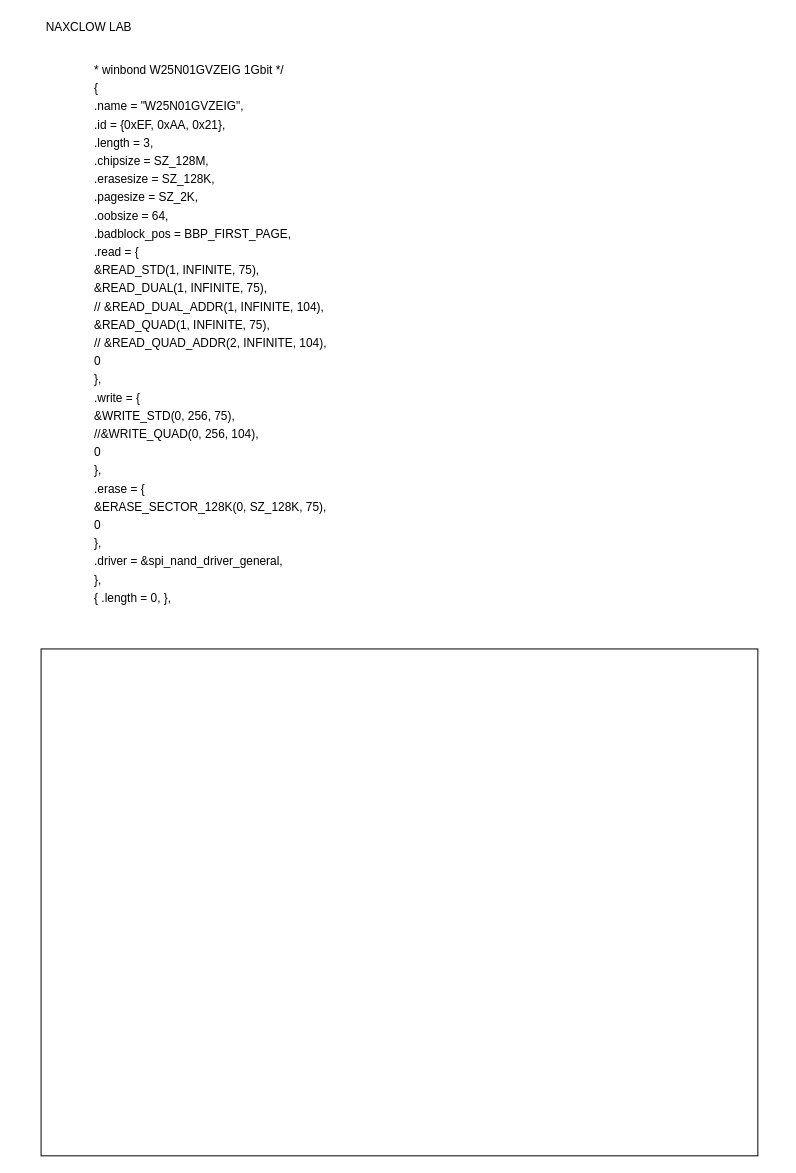
Above: W25NNAND.drawio in nyggl/hi3516ev100 (draw.io), before the change. Source tidied: cells renumbered, new cells numbered last; positions are measured from the earlier drawing's top-left corner, leaving out a move shared by most shapes. Both pictures are drawn from the tidied source at 99%, with x=0, y=0 at pixel (17, 17).
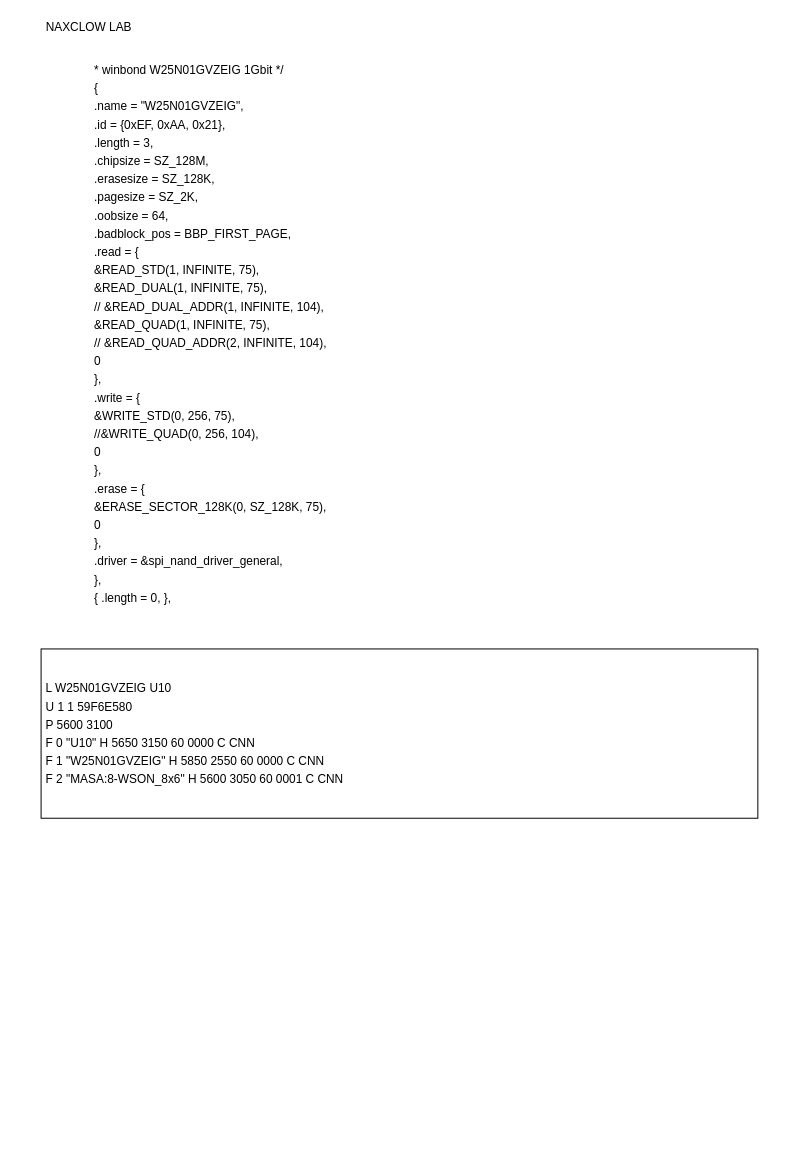
The same page after the edit.

Change to the diagram source:
```diff
@@
 <mxGraphModel background="#ffffff">
   <root>
     <mxCell id="0" />
     <mxCell id="1" parent="0" />
     <mxCell id="2" value="NAXCLOW LAB" style="text;html=1;strokeColor=none;fillColor=none;align=center;verticalAlign=middle;whiteSpace=wrap;rounded=0;" parent="1" vertex="1">
       <mxGeometry width="145" height="20" as="geometry" />
     </mxCell>
     <mxCell id="3" value="&lt;table&gt;&lt;tbody&gt;&lt;tr&gt;&lt;td id=&quot;LC869&quot;&gt;&lt;span&gt;&lt;span&gt;*&lt;/span&gt; winbond W25N01GVZEIG  1Gbit &lt;span&gt;*/&lt;/span&gt;&lt;/span&gt;&lt;/td&gt;&lt;/tr&gt;&lt;tr&gt;&lt;td id=&quot;LC870&quot;&gt;&#9;{&lt;/td&gt;&lt;/tr&gt;&lt;tr&gt;&lt;td id=&quot;LC871&quot;&gt;&#9;&#9;.&lt;span&gt;name&lt;/span&gt;      = &lt;span&gt;&lt;span&gt;&quot;&lt;/span&gt;W25N01GVZEIG&lt;span&gt;&quot;&lt;/span&gt;&lt;/span&gt;,&lt;/td&gt;&lt;/tr&gt;&lt;tr&gt;&lt;td id=&quot;LC872&quot;&gt;&#9;&#9;.&lt;span&gt;id&lt;/span&gt;        = {&lt;span&gt;0xEF&lt;/span&gt;, &lt;span&gt;0xAA&lt;/span&gt;, &lt;span&gt;0x21&lt;/span&gt;},&lt;/td&gt;&lt;/tr&gt;&lt;tr&gt;&lt;td id=&quot;LC873&quot;&gt;&#9;&#9;.&lt;span&gt;length&lt;/span&gt;    = &lt;span&gt;3&lt;/span&gt;,&lt;/td&gt;&lt;/tr&gt;&lt;tr&gt;&lt;td id=&quot;LC874&quot;&gt;&#9;&#9;.&lt;span&gt;chipsize&lt;/span&gt;  = SZ_128M,&lt;/td&gt;&lt;/tr&gt;&lt;tr&gt;&lt;td id=&quot;LC875&quot;&gt;&#9;&#9;.&lt;span&gt;erasesize&lt;/span&gt; = SZ_128K,&lt;/td&gt;&lt;/tr&gt;&lt;tr&gt;&lt;td id=&quot;LC876&quot;&gt;&#9;&#9;.&lt;span&gt;pagesize&lt;/span&gt;  = SZ_2K,&lt;/td&gt;&lt;/tr&gt;&lt;tr&gt;&lt;td id=&quot;LC877&quot;&gt;&#9;&#9;.&lt;span&gt;oobsize&lt;/span&gt;   = &lt;span&gt;64&lt;/span&gt;,&lt;/td&gt;&lt;/tr&gt;&lt;tr&gt;&lt;td id=&quot;LC878&quot;&gt;&#9;&#9;.&lt;span&gt;badblock_pos&lt;/span&gt;    = BBP_FIRST_PAGE,&lt;/td&gt;&lt;/tr&gt;&lt;tr&gt;&lt;td id=&quot;LC879&quot;&gt;&#9;&#9;.&lt;span&gt;read&lt;/span&gt;      = {&lt;/td&gt;&lt;/tr&gt;&lt;tr&gt;&lt;td id=&quot;LC880&quot;&gt;&#9;&#9;&#9;&amp;amp;&lt;span&gt;READ_STD&lt;/span&gt;(&lt;span&gt;1&lt;/span&gt;, INFINITE, &lt;span&gt;75&lt;/span&gt;),&lt;/td&gt;&lt;/tr&gt;&lt;tr&gt;&lt;td id=&quot;LC881&quot;&gt;&#9;&#9;&#9;&amp;amp;&lt;span&gt;READ_DUAL&lt;/span&gt;(&lt;span&gt;1&lt;/span&gt;, INFINITE, &lt;span&gt;75&lt;/span&gt;),&lt;/td&gt;&lt;/tr&gt;&lt;tr&gt;&lt;td id=&quot;LC882&quot;&gt;&lt;span&gt;&lt;span&gt;//&lt;/span&gt;&#9;&amp;amp;READ_DUAL_ADDR(1, INFINITE, 104),&lt;/span&gt;&lt;/td&gt;&lt;/tr&gt;&lt;tr&gt;&lt;td id=&quot;LC883&quot;&gt;&#9;&#9;&#9;&amp;amp;&lt;span&gt;READ_QUAD&lt;/span&gt;(&lt;span&gt;1&lt;/span&gt;, INFINITE, &lt;span&gt;75&lt;/span&gt;),&lt;/td&gt;&lt;/tr&gt;&lt;tr&gt;&lt;td id=&quot;LC884&quot;&gt;&lt;span&gt;&lt;span&gt;//&lt;/span&gt;&#9;&amp;amp;READ_QUAD_ADDR(2, INFINITE, 104),&lt;/span&gt;&lt;/td&gt;&lt;/tr&gt;&lt;tr&gt;&lt;td id=&quot;LC885&quot;&gt;&lt;span&gt;0&lt;/span&gt;&lt;/td&gt;&lt;/tr&gt;&lt;tr&gt;&lt;td id=&quot;LC886&quot;&gt;&#9;&#9;},&lt;/td&gt;&lt;/tr&gt;&lt;tr&gt;&lt;td id=&quot;LC887&quot;&gt;&#9;&#9;.&lt;span&gt;write&lt;/span&gt;     = {&lt;/td&gt;&lt;/tr&gt;&lt;tr&gt;&lt;td id=&quot;LC888&quot;&gt;&#9;&#9;&#9;&amp;amp;&lt;span&gt;WRITE_STD&lt;/span&gt;(&lt;span&gt;0&lt;/span&gt;, &lt;span&gt;256&lt;/span&gt;, &lt;span&gt;75&lt;/span&gt;),&lt;/td&gt;&lt;/tr&gt;&lt;tr&gt;&lt;td id=&quot;LC889&quot;&gt;&lt;span&gt;&lt;span&gt;//&lt;/span&gt;&amp;amp;WRITE_QUAD(0, 256, 104),&lt;/span&gt;&lt;/td&gt;&lt;/tr&gt;&lt;tr&gt;&lt;td id=&quot;LC890&quot;&gt;&lt;span&gt;0&lt;/span&gt;&lt;/td&gt;&lt;/tr&gt;&lt;tr&gt;&lt;td id=&quot;LC891&quot;&gt;&#9;&#9;},&lt;/td&gt;&lt;/tr&gt;&lt;tr&gt;&lt;td id=&quot;LC892&quot;&gt;&#9;&#9;.&lt;span&gt;erase&lt;/span&gt;     = {&lt;/td&gt;&lt;/tr&gt;&lt;tr&gt;&lt;td id=&quot;LC893&quot;&gt;&#9;&#9;&#9;&amp;amp;&lt;span&gt;ERASE_SECTOR_128K&lt;/span&gt;(&lt;span&gt;0&lt;/span&gt;, SZ_128K, &lt;span&gt;75&lt;/span&gt;),&lt;/td&gt;&lt;/tr&gt;&lt;tr&gt;&lt;td id=&quot;LC894&quot;&gt;&lt;span&gt;0&lt;/span&gt;&lt;/td&gt;&lt;/tr&gt;&lt;tr&gt;&lt;td id=&quot;LC895&quot;&gt;&#9;&#9;},&lt;/td&gt;&lt;/tr&gt;&lt;tr&gt;&lt;td id=&quot;LC896&quot;&gt;&#9;&#9;.&lt;span&gt;driver&lt;/span&gt;    = &amp;amp;spi_nand_driver_general,&lt;/td&gt;&lt;/tr&gt;&lt;tr&gt;&lt;td id=&quot;LC897&quot;&gt;&#9;},&lt;/td&gt;&lt;/tr&gt;&lt;tr&gt;&lt;td id=&quot;LC898&quot;&gt;&#9;{&#9;.&lt;span&gt;length&lt;/span&gt;    = &lt;span&gt;0&lt;/span&gt;,&#9;},&lt;/td&gt;&lt;/tr&gt;&lt;/tbody&gt;&lt;/table&gt;" style="text;html=1;strokeColor=none;fillColor=none;align=left;verticalAlign=middle;whiteSpace=wrap;rounded=0;" parent="1" vertex="1">
       <mxGeometry x="73" y="42" width="697" height="555" as="geometry" />
     </mxCell>
-    <mxCell id="4" style="rounded=0;whiteSpace=wrap;html=1;align=left;" parent="1" vertex="1">
-      <mxGeometry x="24" y="638" width="724" height="512" as="geometry" />
+    <mxCell id="4" value="&lt;table&gt;&lt;tbody&gt;&lt;tr&gt;&lt;td id=&quot;LC191&quot;&gt;L W25N01GVZEIG U10&lt;/td&gt;&lt;/tr&gt;&lt;tr&gt;&lt;td id=&quot;LC192&quot;&gt;U 1 1 59F6E580&lt;/td&gt;&lt;/tr&gt;&lt;tr&gt;&lt;td id=&quot;LC193&quot;&gt;P 5600 3100&lt;/td&gt;&lt;/tr&gt;&lt;tr&gt;&lt;td id=&quot;LC194&quot;&gt;F 0 &quot;U10&quot; H 5650 3150 60  0000 C CNN&lt;/td&gt;&lt;/tr&gt;&lt;tr&gt;&lt;td id=&quot;LC195&quot;&gt;F 1 &quot;W25N01GVZEIG&quot; H 5850 2550 60  0000 C CNN&lt;/td&gt;&lt;/tr&gt;&lt;tr&gt;&lt;td id=&quot;LC196&quot;&gt;F 2 &quot;MASA:8-WSON_8x6&quot; H 5600 3050 60  0001 C CNN&lt;/td&gt;&lt;/tr&gt;&lt;/tbody&gt;&lt;/table&gt;" style="rounded=0;whiteSpace=wrap;html=1;align=left;" parent="1" vertex="1">
+      <mxGeometry x="24" y="638" width="724" height="171" as="geometry" />
     </mxCell>
   </root>
 </mxGraphModel>
```
